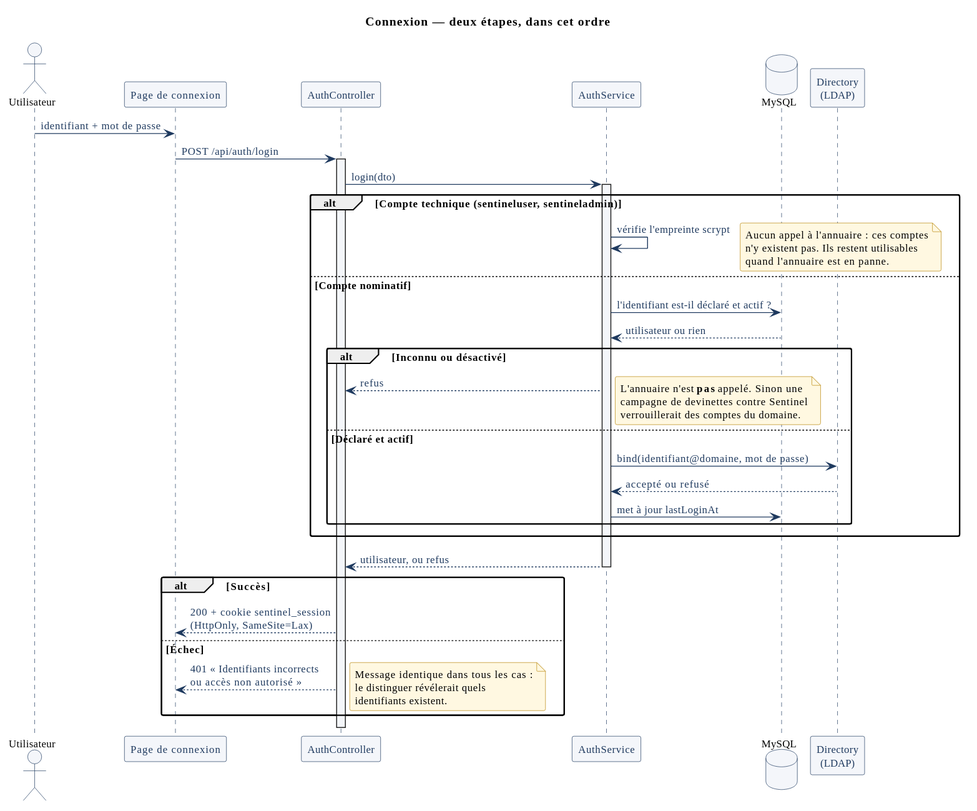
Djoumessi-Aurel/sentinel keeps this PlantUML diagram as diagrammes/08-sequence-authentification.svg. Above is the earlier version.
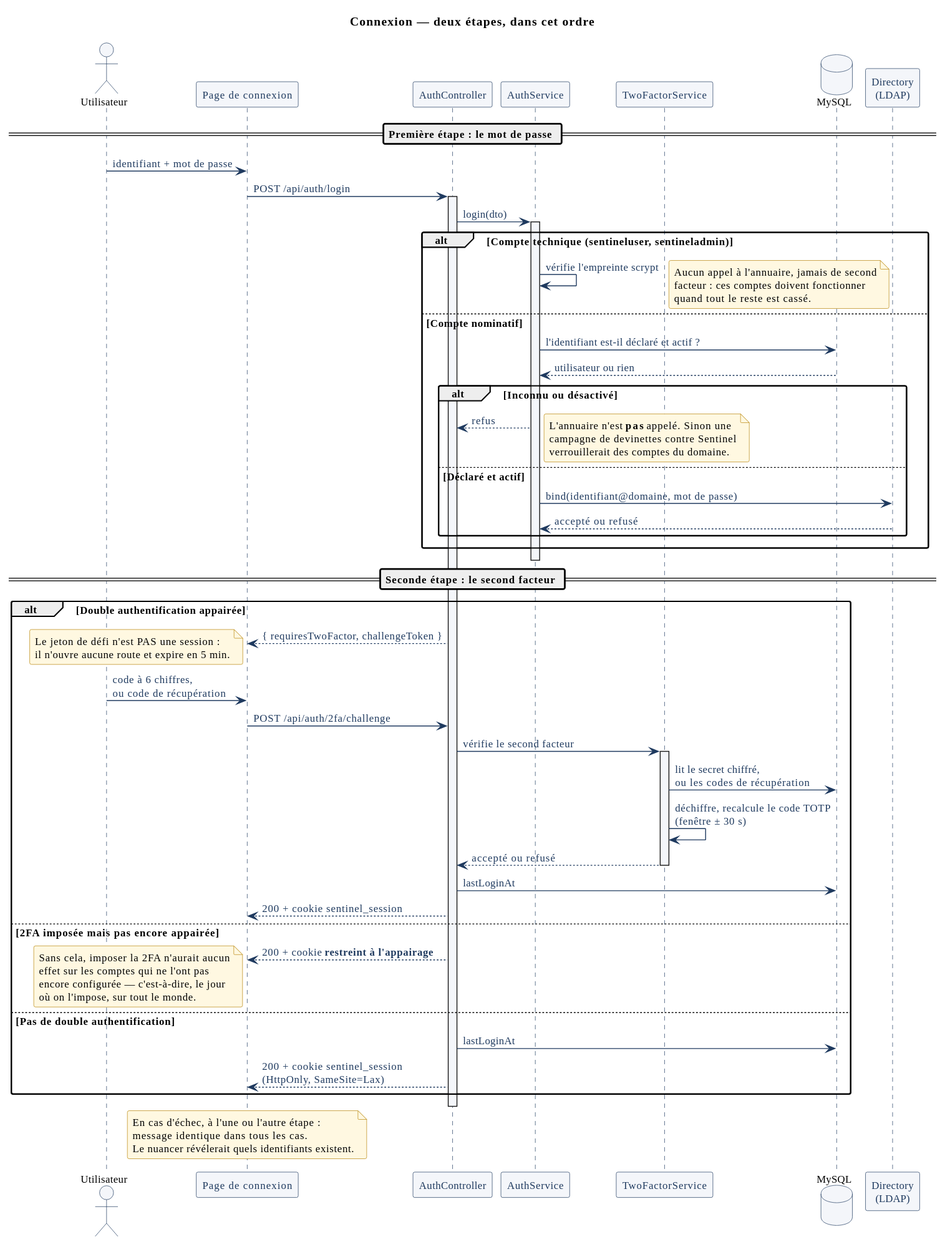
After the commit.

What changed in the source:
```diff
@@ -7,8 +7,11 @@
 participant "Page de connexion" as page
 participant "AuthController" as ctrl
 participant "AuthService" as service
+participant "TwoFactorService" as tfa
 database "MySQL" as db
 participant "Directory\n(LDAP)" as ad
+
+== Première étape : le mot de passe ==
 
 u -> page : identifiant + mot de passe
 page -> ctrl : POST /api/auth/login
@@ -19,9 +22,9 @@
 alt Compte technique (sentineluser, sentineladmin)
   service -> service : vérifie l'empreinte scrypt
   note right
-    Aucun appel à l'annuaire : ces comptes
-    n'y existent pas. Ils restent utilisables
-    quand l'annuaire est en panne.
+    Aucun appel à l'annuaire, jamais de second
+    facteur : ces comptes doivent fonctionner
+    quand tout le reste est cassé.
   end note
 else Compte nominatif
   service -> db : l'identifiant est-il déclaré et actif ?
@@ -37,22 +40,48 @@
   else Déclaré et actif
     service -> ad : bind(identifiant@domaine, mot de passe)
     ad --> service : accepté ou refusé
-    service -> db : met à jour lastLoginAt
   end
 end
-
-service --> ctrl : utilisateur, ou refus
 deactivate service
 
-alt Succès
+== Seconde étape : le second facteur ==
+
+alt Double authentification appairée
+  ctrl --> page : { requiresTwoFactor, challengeToken }
+  note left
+    Le jeton de défi n'est PAS une session :
+    il n'ouvre aucune route et expire en 5 min.
+  end note
+
+  u -> page : code à 6 chiffres,\nou code de récupération
+  page -> ctrl : POST /api/auth/2fa/challenge
+  ctrl -> tfa : vérifie le second facteur
+  activate tfa
+  tfa -> db : lit le secret chiffré,\nou les codes de récupération
+  tfa -> tfa : déchiffre, recalcule le code TOTP\n(fenêtre ± 30 s)
+  tfa --> ctrl : accepté ou refusé
+  deactivate tfa
+  ctrl -> db : lastLoginAt
+  ctrl --> page : 200 + cookie sentinel_session
+
+else 2FA imposée mais pas encore appairée
+  ctrl --> page : 200 + cookie **restreint à l'appairage**
+  note left
+    Sans cela, imposer la 2FA n'aurait aucun
+    effet sur les comptes qui ne l'ont pas
+    encore configurée — c'est-à-dire, le jour
+    où on l'impose, sur tout le monde.
+  end note
+
+else Pas de double authentification
+  ctrl -> db : lastLoginAt
   ctrl --> page : 200 + cookie sentinel_session\n(HttpOnly, SameSite=Lax)
-else Échec
-  ctrl --> page : 401 « Identifiants incorrects\nou accès non autorisé »
-  note right
-    Message identique dans tous les cas :
-    le distinguer révélerait quels
-    identifiants existent.
-  end note
 end
 deactivate ctrl
+
+note over page
+  En cas d'échec, à l'une ou l'autre étape :
+  message identique dans tous les cas.
+  Le nuancer révélerait quels identifiants existent.
+end note
 @enduml
```
